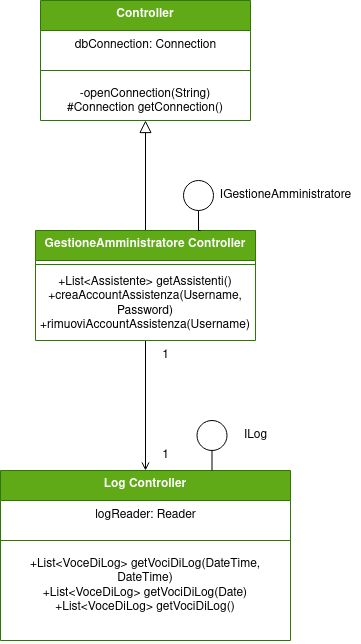
Iannicc/Pet-Party keeps this draw.io diagram as Controller-Estesi/ControllerGestioneAmministratore Dettaglio.drawio.png. Above is the earlier version. Source tidied: cells renumbered, new cells last; positions are measured from the earlier drawing's top-left corner, leaving out a move shared by most shapes. Source of this version:
```xml
<mxGraphModel>
  <root>
    <mxCell id="0" />
    <mxCell id="1" parent="0" />
    <mxCell id="2" style="edgeStyle=orthogonalEdgeStyle;rounded=0;jettySize=auto;html=1;entryX=0.5;entryY=0;entryDx=0;entryDy=0;endArrow=open;endFill=0;" parent="1" edge="1" source="4" target="7">
      <mxGeometry relative="1" as="geometry" />
    </mxCell>
    <mxCell id="3" style="edgeStyle=orthogonalEdgeStyle;rounded=0;jettySize=auto;html=1;entryX=0.5;entryY=1;entryDx=0;entryDy=0;endArrow=block;endFill=0;startSize=12;endSize=10;" parent="1" edge="1" source="4" target="11">
      <mxGeometry relative="1" as="geometry" />
    </mxCell>
    <mxCell id="4" value="GestioneAmministratore Controller" style="swimlane;fontStyle=1;align=center;verticalAlign=top;horizontal=1;startSize=30;whiteSpace=wrap;html=1;fillColor=#60a917;fontColor=#ffffff;strokeColor=#2D7600;" parent="1" vertex="1">
      <mxGeometry x="35" y="230" width="220" height="110" as="geometry" />
    </mxCell>
    <mxCell id="5" style="line;strokeWidth=1;fillColor=none;align=left;verticalAlign=middle;spacingTop=-1;spacingLeft=3;spacingRight=3;labelPosition=right;strokeColor=inherit;" parent="4" vertex="1">
      <mxGeometry y="30" width="220" height="8" as="geometry" />
    </mxCell>
    <mxCell id="6" value="&lt;div&gt;+List&amp;lt;Assistente&amp;gt; getAssistenti()&lt;/div&gt;&lt;div&gt;+creaAccountAssistenza(Username, Password)&lt;/div&gt;&lt;div&gt;+rimuoviAccountAssistenza(Username)&lt;br&gt;&lt;/div&gt;" style="text;strokeColor=none;fillColor=none;align=center;verticalAlign=top;spacingLeft=4;spacingRight=4;overflow=hidden;whiteSpace=wrap;html=1;" parent="4" vertex="1">
      <mxGeometry y="38" width="220" height="72" as="geometry" />
    </mxCell>
    <mxCell id="7" value="Log Controller" style="swimlane;fontStyle=1;align=center;verticalAlign=top;horizontal=1;startSize=30;whiteSpace=wrap;html=1;fillColor=#60a917;fontColor=#ffffff;strokeColor=#2D7600;" parent="1" vertex="1">
      <mxGeometry y="470" width="290" height="170" as="geometry" />
    </mxCell>
    <mxCell id="8" value="logReader: Reader" style="text;html=1;align=center;verticalAlign=middle;strokeColor=none;fillColor=none;" parent="7" vertex="1">
      <mxGeometry y="30" width="290" height="30" as="geometry" />
    </mxCell>
    <mxCell id="9" style="line;strokeWidth=1;fillColor=none;align=left;verticalAlign=middle;spacingTop=-1;spacingLeft=3;spacingRight=3;labelPosition=right;strokeColor=inherit;" parent="7" vertex="1">
      <mxGeometry y="60" width="290" height="20" as="geometry" />
    </mxCell>
    <mxCell id="10" value="&lt;div&gt;+List&amp;lt;VoceDiLog&amp;gt; getVociDiLog(DateTime, DateTime)&lt;/div&gt;&lt;div&gt;+List&amp;lt;VoceDiLog&amp;gt; getVociDiLog(Date)&lt;/div&gt;&lt;div&gt;+List&amp;lt;VoceDiLog&amp;gt; getVociDiLog()&lt;br&gt;&lt;/div&gt;" style="text;strokeColor=none;fillColor=none;align=center;verticalAlign=top;spacingLeft=4;spacingRight=4;overflow=hidden;whiteSpace=wrap;html=1;" parent="7" vertex="1">
      <mxGeometry y="80" width="290" height="90" as="geometry" />
    </mxCell>
    <mxCell id="11" value="Controller" style="swimlane;fontStyle=1;align=center;verticalAlign=top;horizontal=1;startSize=30;whiteSpace=wrap;html=1;fillColor=#60a917;fontColor=#ffffff;strokeColor=#2D7600;" parent="1" vertex="1">
      <mxGeometry x="40" width="210" height="120" as="geometry" />
    </mxCell>
    <mxCell id="12" value="dbConnection: Connection" style="text;html=1;align=center;verticalAlign=middle;strokeColor=none;fillColor=none;" parent="11" vertex="1">
      <mxGeometry y="30" width="210" height="30" as="geometry" />
    </mxCell>
    <mxCell id="13" style="line;strokeWidth=1;fillColor=none;align=left;verticalAlign=middle;spacingTop=-1;spacingLeft=3;spacingRight=3;labelPosition=right;strokeColor=inherit;" parent="11" vertex="1">
      <mxGeometry y="60" width="210" height="20" as="geometry" />
    </mxCell>
    <mxCell id="14" value="-openConnection(String)&lt;br&gt;#Connection getConnection()" style="text;strokeColor=none;fillColor=none;align=center;verticalAlign=top;spacingLeft=4;spacingRight=4;overflow=hidden;whiteSpace=wrap;html=1;" parent="11" vertex="1">
      <mxGeometry y="80" width="210" height="40" as="geometry" />
    </mxCell>
    <mxCell id="15" value="1" style="text;html=1;align=center;verticalAlign=middle;strokeColor=none;fillColor=none;" parent="1" vertex="1">
      <mxGeometry x="150" y="440" width="30" height="30" as="geometry" />
    </mxCell>
    <mxCell id="16" value="1" style="text;html=1;align=center;verticalAlign=middle;strokeColor=none;fillColor=none;" parent="1" vertex="1">
      <mxGeometry x="150" y="340" width="30" height="30" as="geometry" />
    </mxCell>
    <mxCell id="17" style="edgeStyle=orthogonalEdgeStyle;rounded=0;jettySize=auto;html=1;entryX=0.75;entryY=0;entryDx=0;entryDy=0;endArrow=none;endFill=0;" parent="1" edge="1" source="18" target="4">
      <mxGeometry relative="1" as="geometry" />
    </mxCell>
    <mxCell id="18" style="ellipse;whiteSpace=wrap;html=1;" parent="1" vertex="1">
      <mxGeometry x="183" y="180" width="30" height="30" as="geometry" />
    </mxCell>
    <mxCell id="19" value="IGestioneAmministratore" style="text;html=1;align=center;verticalAlign=middle;strokeColor=none;fillColor=none;" parent="1" vertex="1">
      <mxGeometry x="210" y="180" width="150" height="30" as="geometry" />
    </mxCell>
    <mxCell id="20" style="edgeStyle=orthogonalEdgeStyle;rounded=0;jettySize=auto;html=1;entryX=0.75;entryY=0;entryDx=0;entryDy=0;endArrow=none;endFill=0;" parent="1" edge="1" source="21">
      <mxGeometry relative="1" as="geometry">
        <mxPoint x="211.5" y="470" as="targetPoint" />
      </mxGeometry>
    </mxCell>
    <mxCell id="21" style="ellipse;whiteSpace=wrap;html=1;" parent="1" vertex="1">
      <mxGeometry x="196.5" y="420" width="30" height="30" as="geometry" />
    </mxCell>
    <mxCell id="22" value="ILog" style="text;html=1;align=center;verticalAlign=middle;strokeColor=none;fillColor=none;" parent="1" vertex="1">
      <mxGeometry x="230" y="420" width="50" height="30" as="geometry" />
    </mxCell>
  </root>
</mxGraphModel>
```
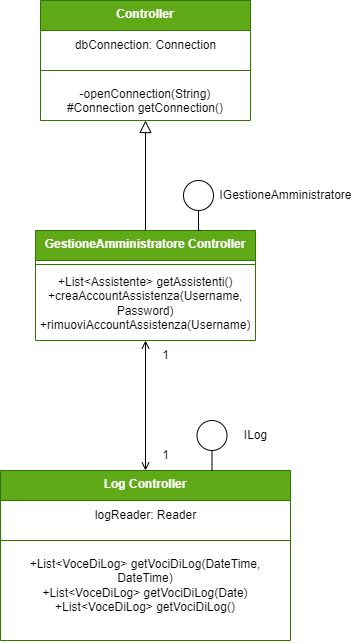
Later version of the same file.

Diff of the diagram source:
```diff
@@ -2,7 +2,7 @@
   <root>
     <mxCell id="0" />
     <mxCell id="1" parent="0" />
-    <mxCell id="2" style="edgeStyle=orthogonalEdgeStyle;rounded=0;jettySize=auto;html=1;entryX=0.5;entryY=0;entryDx=0;entryDy=0;endArrow=open;endFill=0;" parent="1" edge="1" source="4" target="7">
+    <mxCell id="2" style="edgeStyle=orthogonalEdgeStyle;rounded=0;jettySize=auto;html=1;entryX=0.5;entryY=0;entryDx=0;entryDy=0;endArrow=open;endFill=0;startArrow=open;startFill=0;" parent="1" edge="1" source="4" target="7">
       <mxGeometry relative="1" as="geometry" />
     </mxCell>
     <mxCell id="3" style="edgeStyle=orthogonalEdgeStyle;rounded=0;jettySize=auto;html=1;entryX=0.5;entryY=1;entryDx=0;entryDy=0;endArrow=block;endFill=0;startSize=12;endSize=10;" parent="1" edge="1" source="4" target="11">
```
